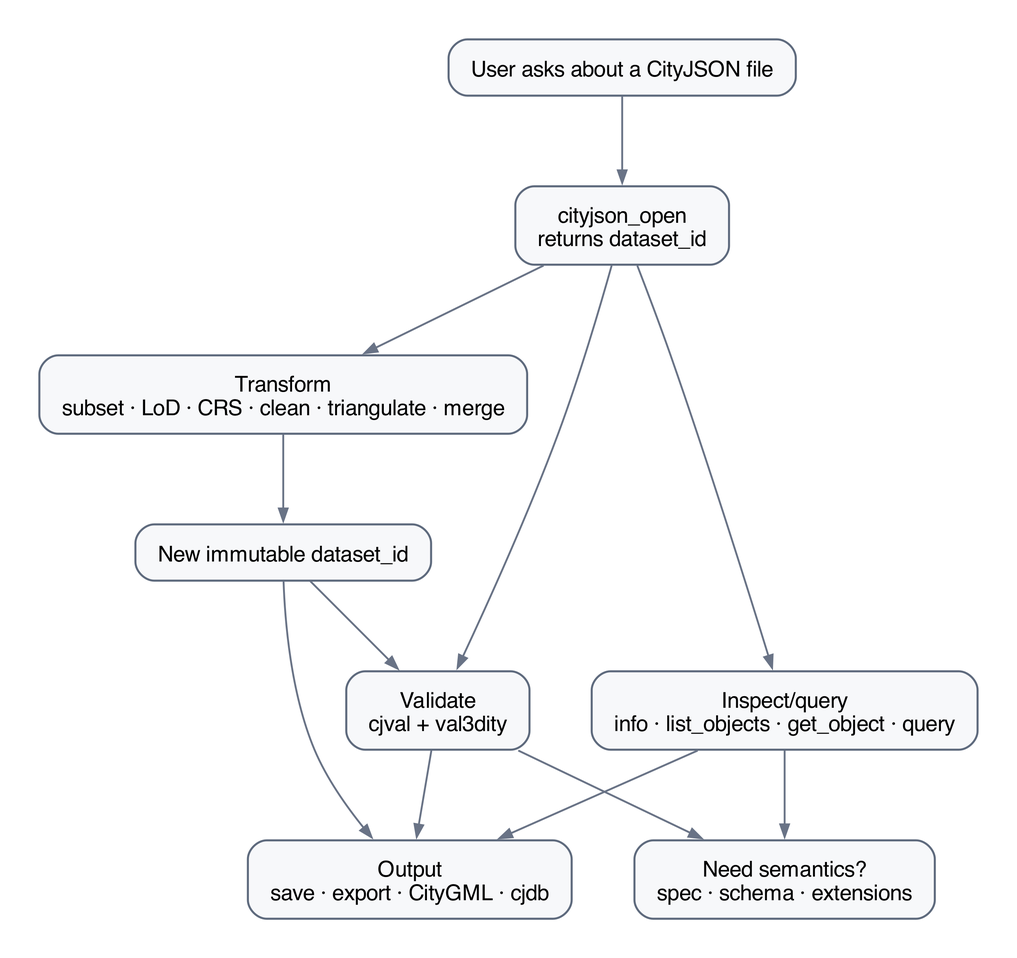
This is diagrams/workflow.png from Yarroudh/cityjson-mcp, a Mermaid export, as it was before one commit. Its source is kept beside it as diagrams/workflow.mmd.
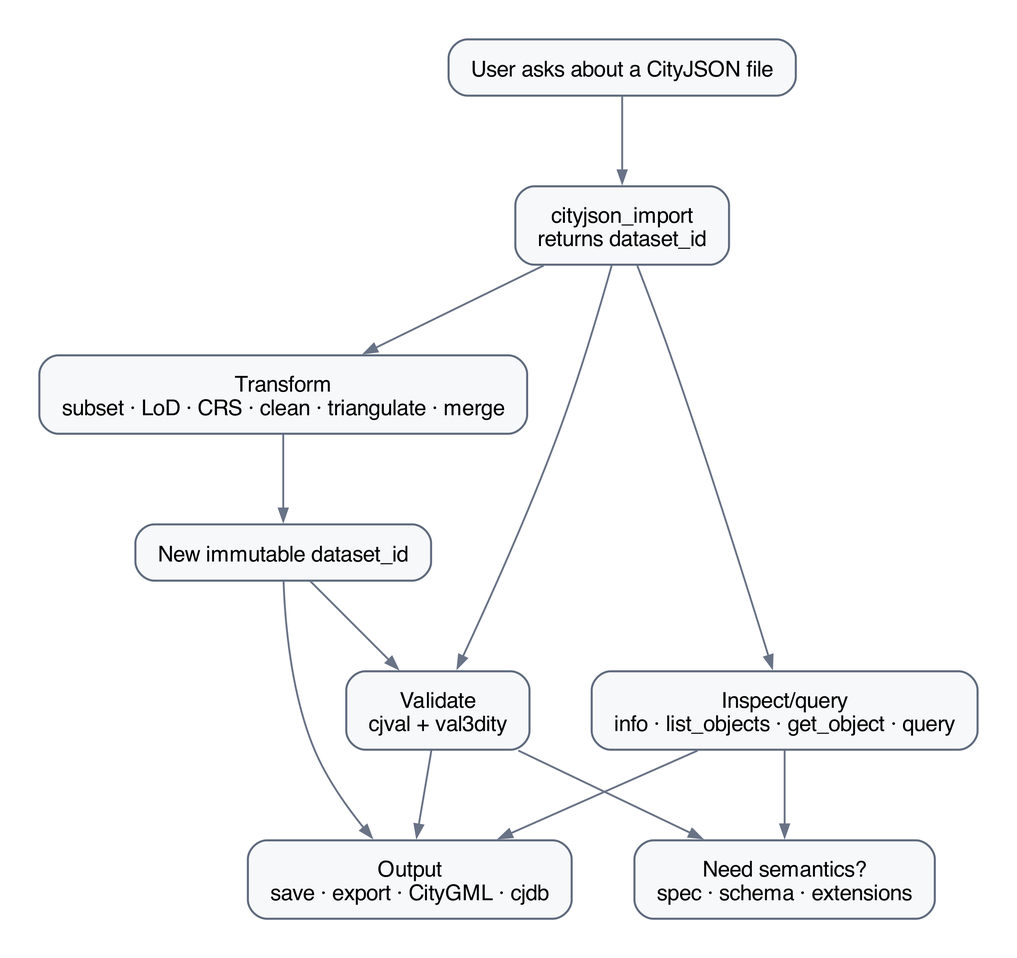
After the change.

Diff of the diagram source:
```diff
@@ -1,6 +1,6 @@
 flowchart TD
   START["User asks about a CityJSON file"]
-  OPEN["cityjson_open<br/>returns dataset_id"]
+  IMPORT["cityjson_import<br/>returns dataset_id"]
   INSPECT["Inspect/query<br/>info · list_objects · get_object · query"]
   VALIDATE["Validate<br/>cjval + val3dity"]
   TRANSFORM["Transform<br/>subset · LoD · CRS · clean · triangulate · merge"]
@@ -8,10 +8,10 @@
   OUTPUT["Output<br/>save · export · CityGML · cjdb"]
   KNOW["Need semantics?<br/>spec · schema · extensions"]
 
-  START --> OPEN
-  OPEN --> INSPECT
-  OPEN --> VALIDATE
-  OPEN --> TRANSFORM
+  START --> IMPORT
+  IMPORT --> INSPECT
+  IMPORT --> VALIDATE
+  IMPORT --> TRANSFORM
   TRANSFORM --> DERIVED
   DERIVED --> VALIDATE
   DERIVED --> OUTPUT
```
